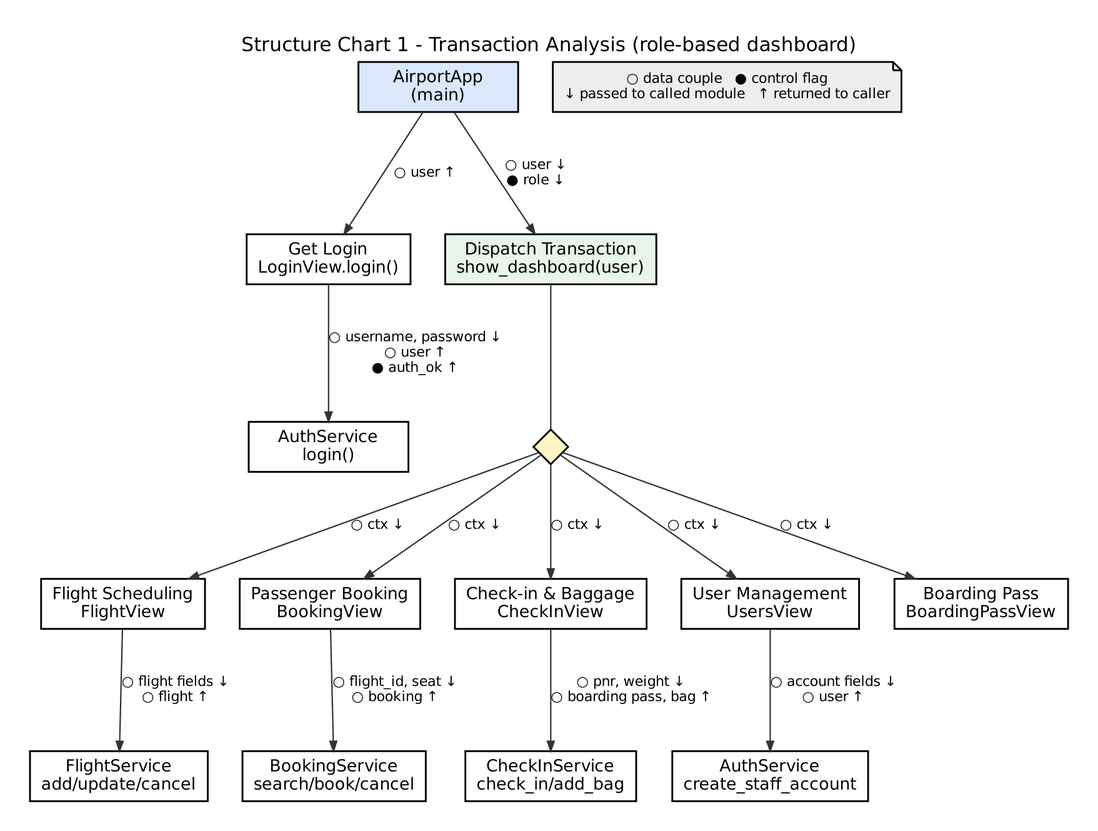
This is docs/diagrams/structure_chart_transaction.png from praksingh-2702/AirportMS, a Graphviz export, as it was before one commit. Its source is kept beside it as docs/diagrams/structure_chart_transaction.dot.
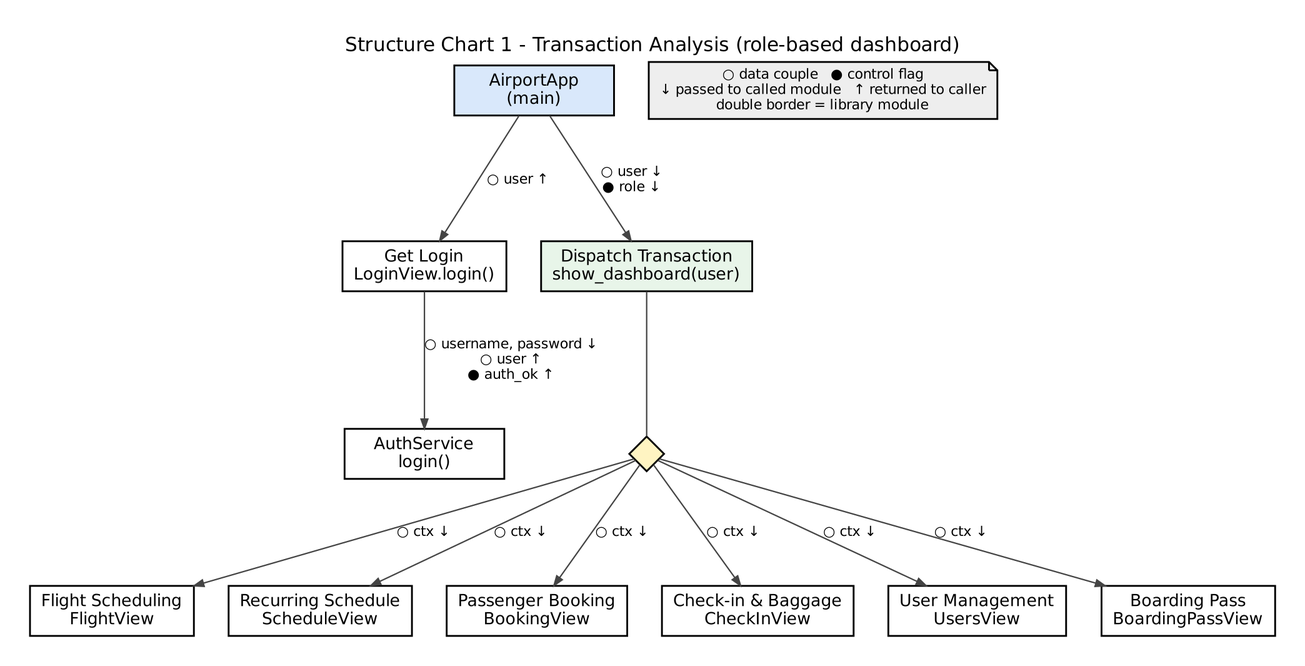
The same file after the commit.

What changed in the source:
```diff
@@ -1,35 +1,29 @@
 digraph "structure_chart_transaction" {
-  graph [fontname="DejaVu Sans" pad=0.3 rankdir=TB nodesep=0.35 ranksep=0.9];
-  node [fontname="DejaVu Sans" fontsize=12];
-  edge [fontname="DejaVu Sans" fontsize=10 color="#333333"];
-  node [shape=box style="filled" fillcolor="white" penwidth=1.3 width=1.6];
+  graph [rankdir=TB bgcolor="#FFFFFF" fontname="DejaVu Sans" pad=0.3 splines=true nodesep=0.35 ranksep=0.9];
+  node [fontname="DejaVu Sans" fontsize=12 color="#000000" fillcolor="#D9E8FB" style=filled penwidth=1.3];
+  edge [fontname="DejaVu Sans" fontsize=10 color="#444444" arrowsize=0.7];
+  node [shape=box style=filled fillcolor="white" width=1.6];
   labelloc=t label="Structure Chart 1 - Transaction Analysis (role-based dashboard)" fontsize=14;
   root [label="AirportApp\n(main)" fillcolor="#D9E8FB"];
   login [label="Get Login\nLoginView.login()" fillcolor="white"];
+  a1 [label="AuthService\nlogin()" fillcolor="white"];
   disp [label="Dispatch Transaction\nshow_dashboard(user)" fillcolor="#E8F5E9"];
   t1 [label="Flight Scheduling\nFlightView" fillcolor="white"];
+  t7 [label="Recurring Schedule\nScheduleView" fillcolor="white"];
   t2 [label="Passenger Booking\nBookingView" fillcolor="white"];
   t3 [label="Check-in & Baggage\nCheckInView" fillcolor="white"];
   t4 [label="User Management\nUsersView" fillcolor="white"];
   t5 [label="Boarding Pass\nBoardingPassView" fillcolor="white"];
-  f1 [label="FlightService\nadd/update/cancel" fillcolor="white"];
-  b1 [label="BookingService\nsearch/book/cancel" fillcolor="white"];
-  c1 [label="CheckInService\ncheck_in/add_bag" fillcolor="white"];
-  u1 [label="AuthService\ncreate_staff_account" fillcolor="white"];
-  a1 [label="AuthService\nlogin()" fillcolor="white"];
   disp_sel [shape=diamond label="" width=0.35 height=0.35 style=filled fillcolor="#FFF4C2"];
   disp -> disp_sel [arrowhead=none];
   root -> login [label="○ user ↑" arrowsize=0.7];
   login -> a1 [label="○ username, password ↓\n○ user ↑\n● auth_ok ↑" arrowsize=0.7];
   root -> disp [label="○ user ↓\n● role ↓" arrowsize=0.7];
   disp_sel -> t1 [label="○ ctx ↓" arrowsize=0.7];
+  disp_sel -> t7 [label="○ ctx ↓" arrowsize=0.7];
   disp_sel -> t2 [label="○ ctx ↓" arrowsize=0.7];
   disp_sel -> t3 [label="○ ctx ↓" arrowsize=0.7];
   disp_sel -> t4 [label="○ ctx ↓" arrowsize=0.7];
   disp_sel -> t5 [label="○ ctx ↓" arrowsize=0.7];
-  t1 -> f1 [label="○ flight fields ↓\n○ flight ↑" arrowsize=0.7];
-  t2 -> b1 [label="○ flight_id, seat ↓\n○ booking ↑" arrowsize=0.7];
-  t3 -> c1 [label="○ pnr, weight ↓\n○ boarding pass, bag ↑" arrowsize=0.7];
-  t4 -> u1 [label="○ account fields ↓\n○ user ↑" arrowsize=0.7];
-  legend [shape=note fillcolor="#EEEEEE" fontsize=10 label="○ data couple   ● control flag\n↓ passed to called module   ↑ returned to caller"];
+  legend [shape=note fillcolor="#EEEEEE" fontsize=10 label="○ data couple   ● control flag\n↓ passed to called module   ↑ returned to caller\ndouble border = library module"];
 }
```
